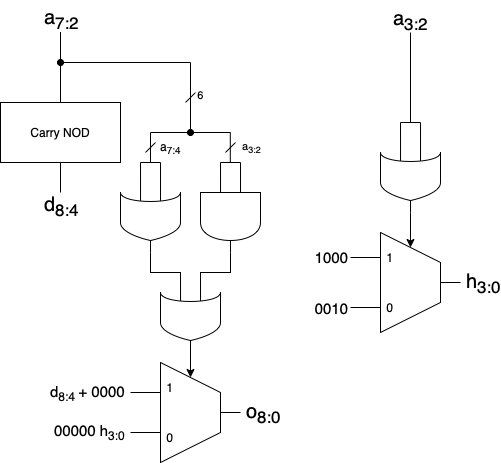
Above: Logic Diagrams/APPROX_8BIT_NOD.png in savedbyawaif/ApproxNOD (draw.io), before the change. Source tidied: cells renumbered, new cells last; positions are measured from the earlier drawing's top-left corner, leaving out a move shared by most shapes.
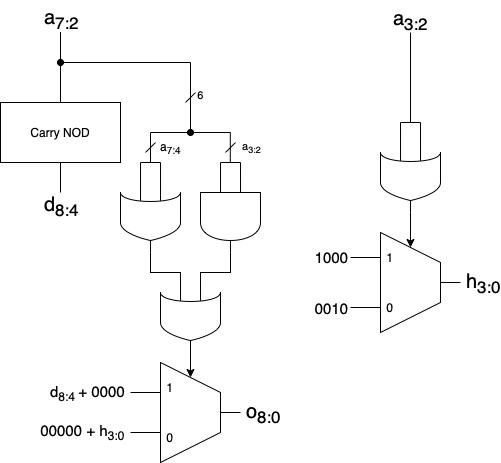
Later version of the same file.

The edit, as a diff of the source:
```diff
@@ -175,8 +175,8 @@
     <mxCell id="37" style="edgeStyle=orthogonalEdgeStyle;rounded=0;jettySize=auto;html=1;entryX=0.5;entryY=0.15;entryDx=0;entryDy=0;entryPerimeter=0;" parent="1" edge="1" source="5" target="31">
       <mxGeometry relative="1" as="geometry" />
     </mxCell>
-    <mxCell id="38" value="&lt;font style=&quot;font-size: 15px;&quot;&gt;00000 h&lt;sub&gt;3:0&lt;/sub&gt;&lt;/font&gt;" style="text;html=1;align=center;verticalAlign=middle;strokeColor=none;fillColor=none;" parent="1" vertex="1">
-      <mxGeometry x="44" y="417" width="90" height="30" as="geometry" />
+    <mxCell id="38" value="&lt;font style=&quot;font-size: 15px;&quot;&gt;00000 + h&lt;sub&gt;3:0&lt;/sub&gt;&lt;/font&gt;" style="text;html=1;align=center;verticalAlign=middle;strokeColor=none;fillColor=none;" parent="1" vertex="1">
+      <mxGeometry x="27" y="417" width="110" height="30" as="geometry" />
     </mxCell>
     <mxCell id="39" style="edgeStyle=orthogonalEdgeStyle;rounded=0;jettySize=auto;html=1;exitX=0.14;exitY=0.666;exitDx=0;exitDy=0;exitPerimeter=0;endArrow=none;endFill=0;" parent="1" edge="1" source="41">
       <mxGeometry relative="1" as="geometry">
```
